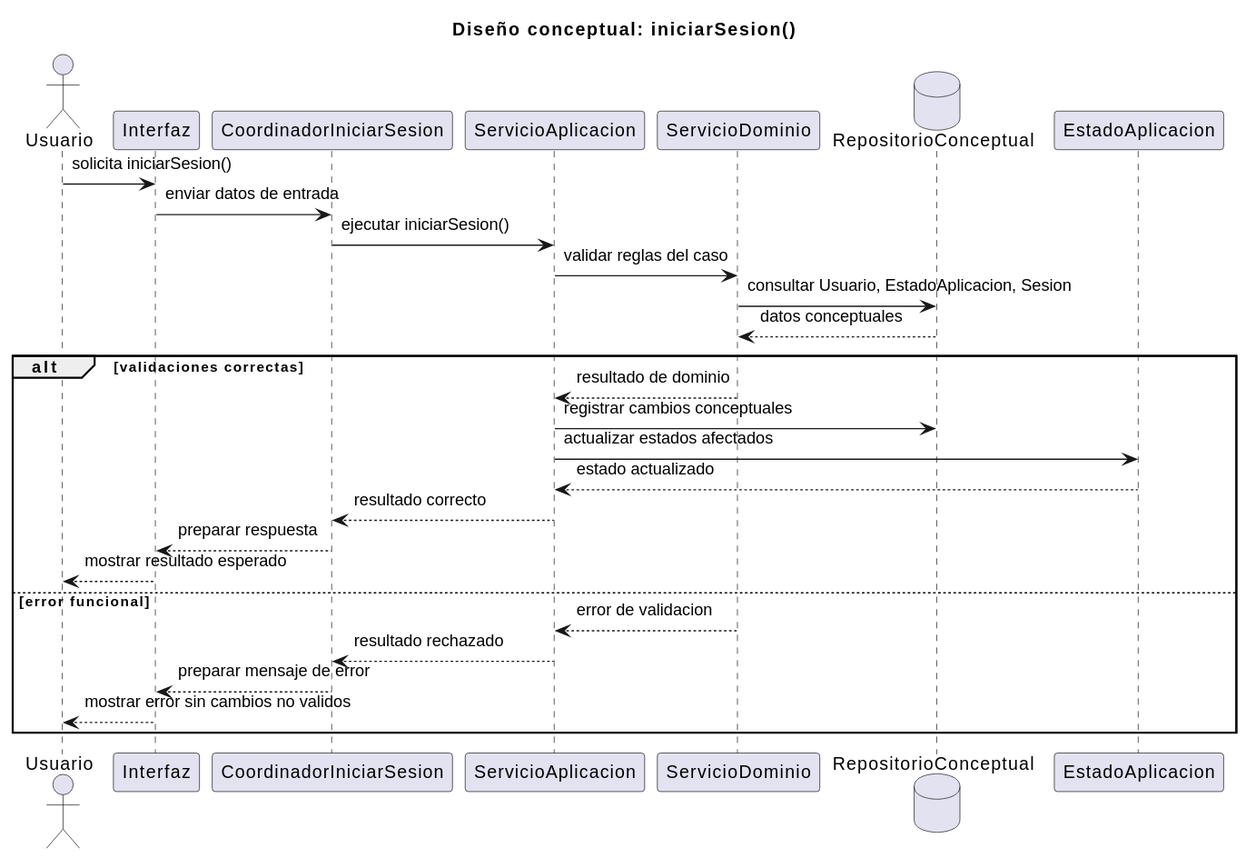
Above: documents/RUP/02-diseño/casos-uso/gestion-sesion/iniciarSesion/secuencia.svg in inigovaqueroo04/25-26-idsw2-sdVC (PlantUML), before the change. The source it was exported from:
```plantuml
@startuml
title Diseño conceptual: iniciarSesion()

actor "Usuario" as Usuario
participant "Interfaz" as Interfaz
participant "CoordinadorIniciarSesion" as Coordinador
participant "ServicioAplicacion" as ServicioAplicacion
participant "ServicioDominio" as ServicioDominio
database "RepositorioConceptual" as Repositorio
participant "EstadoAplicacion" as EstadoAplicacion

Usuario -> Interfaz : solicita iniciarSesion()
Interfaz -> Coordinador : enviar datos de entrada
Coordinador -> ServicioAplicacion : ejecutar iniciarSesion()
ServicioAplicacion -> ServicioDominio : validar reglas del caso
ServicioDominio -> Repositorio : consultar Usuario, EstadoAplicacion, Sesion
Repositorio --> ServicioDominio : datos conceptuales

alt validaciones correctas
  ServicioDominio --> ServicioAplicacion : resultado de dominio
  ServicioAplicacion -> Repositorio : registrar cambios conceptuales
  ServicioAplicacion -> EstadoAplicacion : actualizar estados afectados
  EstadoAplicacion --> ServicioAplicacion : estado actualizado
  ServicioAplicacion --> Coordinador : resultado correcto
  Coordinador --> Interfaz : preparar respuesta
  Interfaz --> Usuario : mostrar resultado esperado
else error funcional
  ServicioDominio --> ServicioAplicacion : error de validacion
  ServicioAplicacion --> Coordinador : resultado rechazado
  Coordinador --> Interfaz : preparar mensaje de error
  Interfaz --> Usuario : mostrar error sin cambios no validos
end
@enduml
```
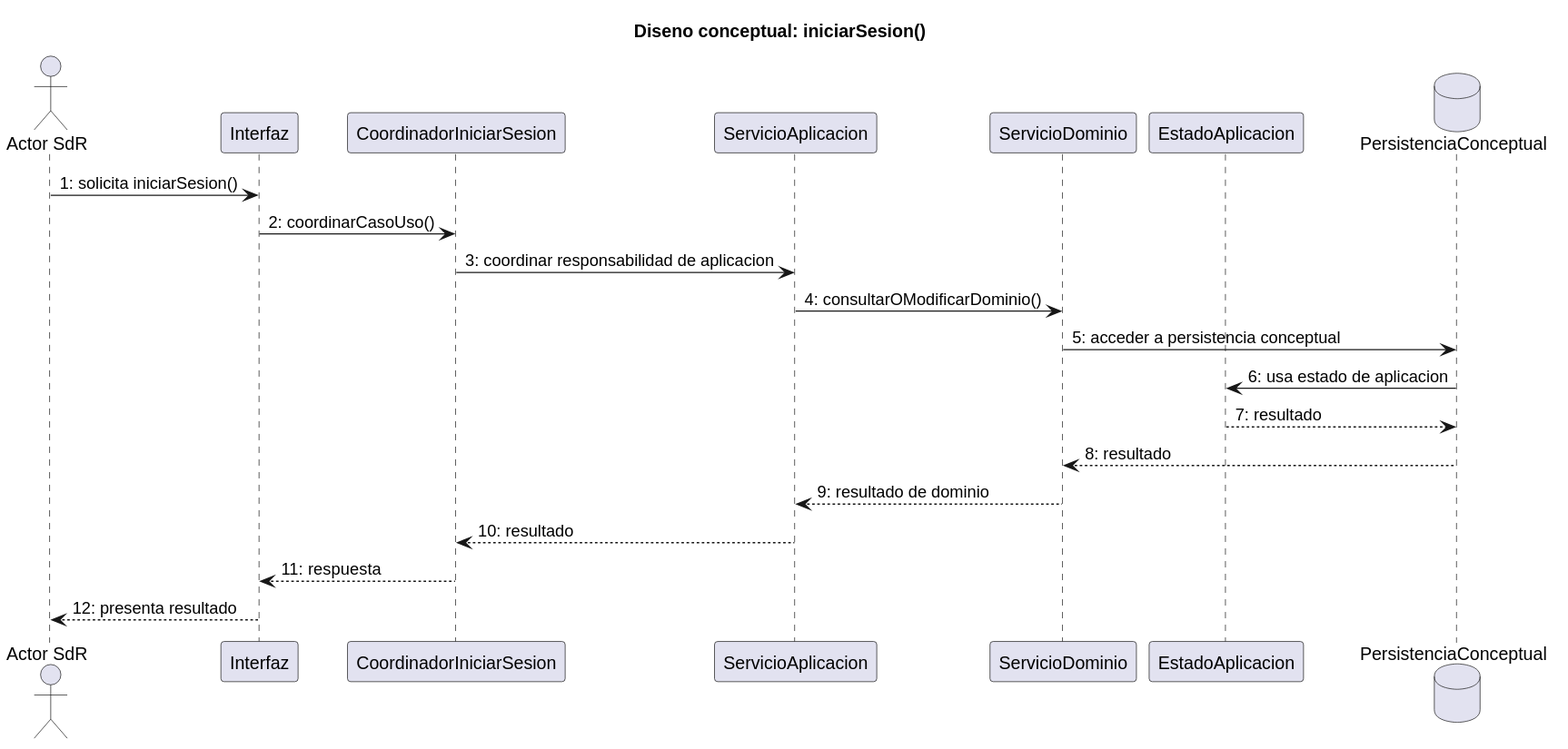
Above is the later version.

Commit message:
docs: ajustar diseno de iniciar sesion

What changed in the source:
```diff
@@ -1,33 +1,24 @@
 @startuml
-title Diseño conceptual: iniciarSesion()
+title Diseno conceptual: iniciarSesion()
 
-actor "Usuario" as Usuario
+actor "Actor SdR" as Actor
 participant "Interfaz" as Interfaz
 participant "CoordinadorIniciarSesion" as Coordinador
 participant "ServicioAplicacion" as ServicioAplicacion
 participant "ServicioDominio" as ServicioDominio
-database "RepositorioConceptual" as Repositorio
 participant "EstadoAplicacion" as EstadoAplicacion
+database "PersistenciaConceptual" as Persistencia
 
-Usuario -> Interfaz : solicita iniciarSesion()
-Interfaz -> Coordinador : enviar datos de entrada
-Coordinador -> ServicioAplicacion : ejecutar iniciarSesion()
-ServicioAplicacion -> ServicioDominio : validar reglas del caso
-ServicioDominio -> Repositorio : consultar Usuario, EstadoAplicacion, Sesion
-Repositorio --> ServicioDominio : datos conceptuales
-
-alt validaciones correctas
-  ServicioDominio --> ServicioAplicacion : resultado de dominio
-  ServicioAplicacion -> Repositorio : registrar cambios conceptuales
-  ServicioAplicacion -> EstadoAplicacion : actualizar estados afectados
-  EstadoAplicacion --> ServicioAplicacion : estado actualizado
-  ServicioAplicacion --> Coordinador : resultado correcto
-  Coordinador --> Interfaz : preparar respuesta
-  Interfaz --> Usuario : mostrar resultado esperado
-else error funcional
-  ServicioDominio --> ServicioAplicacion : error de validacion
-  ServicioAplicacion --> Coordinador : resultado rechazado
-  Coordinador --> Interfaz : preparar mensaje de error
-  Interfaz --> Usuario : mostrar error sin cambios no validos
-end
+Actor -> Interfaz : 1: solicita iniciarSesion()
+Interfaz -> Coordinador : 2: coordinarCasoUso()
+Coordinador -> ServicioAplicacion : 3: coordinar responsabilidad de aplicacion
+ServicioAplicacion -> ServicioDominio : 4: consultarOModificarDominio()
+ServicioDominio -> Persistencia : 5: acceder a persistencia conceptual
+Persistencia -> EstadoAplicacion : 6: usa estado de aplicacion
+EstadoAplicacion --> Persistencia : 7: resultado
+Persistencia --> ServicioDominio : 8: resultado
+ServicioDominio --> ServicioAplicacion : 9: resultado de dominio
+ServicioAplicacion --> Coordinador : 10: resultado
+Coordinador --> Interfaz : 11: respuesta
+Interfaz --> Actor : 12: presenta resultado
 @enduml
```
